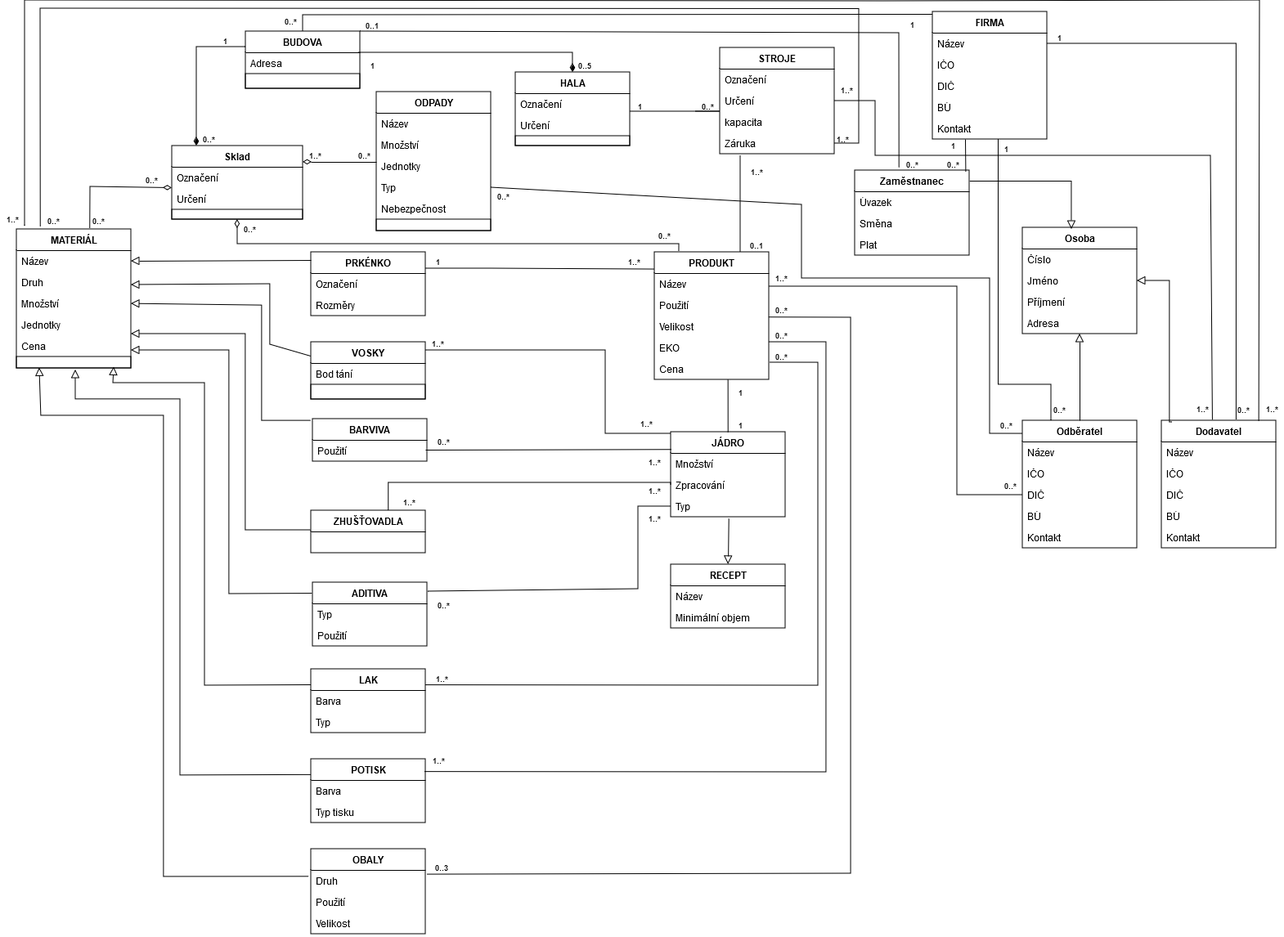
The draw.io diagram SW_ING/Kosmeticka_tuzka.drawio.png in KarelMasa/pg, before a commit. Source tidied: cells renumbered, new cells last; positions are measured from the earlier drawing's top-left corner, leaving out a move shared by most shapes.
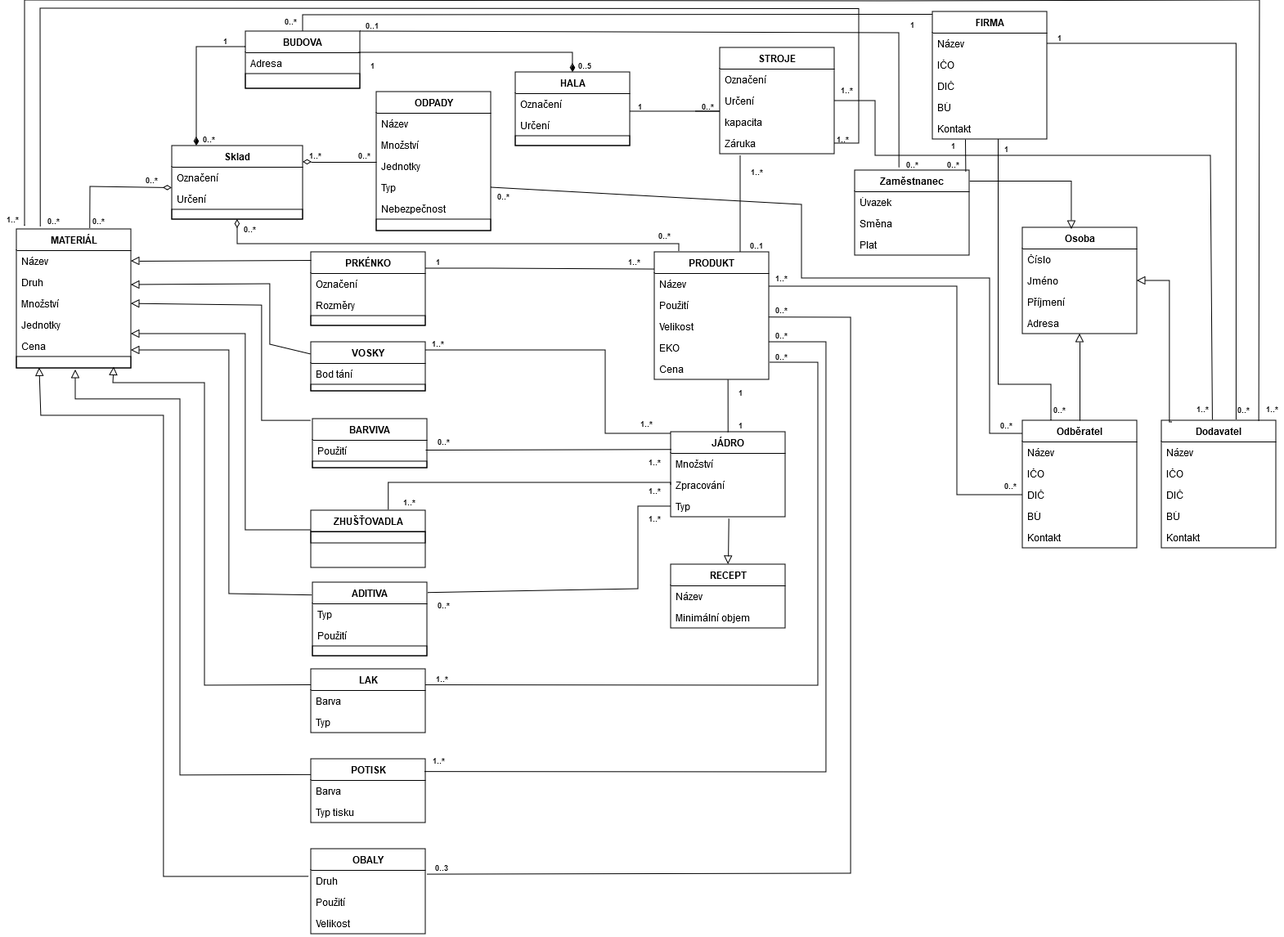
The same diagram one commit later.

What changed in the source:
```diff
@@ -15,7 +15,7 @@
       <mxGeometry y="78" width="160" height="12" as="geometry" />
     </mxCell>
     <mxCell id="6" value="&lt;b&gt;PRKÉNKO&lt;/b&gt;" style="swimlane;fontStyle=0;horizontal=1;startSize=26;fillColor=none;whiteSpace=wrap;html=1;" parent="1" vertex="1">
-      <mxGeometry x="380" y="308" width="140" height="78" as="geometry" />
+      <mxGeometry x="380" y="308" width="140" height="90" as="geometry" />
     </mxCell>
     <mxCell id="7" value="Označení" style="text;strokeColor=none;fillColor=none;align=left;verticalAlign=top;spacingLeft=4;spacingRight=4;overflow=hidden;whiteSpace=wrap;html=1;" parent="6" vertex="1">
       <mxGeometry y="26" width="140" height="26" as="geometry" />
@@ -23,6 +23,9 @@
     <mxCell id="8" value="Rozměry" style="text;strokeColor=none;fillColor=none;align=left;verticalAlign=top;spacingLeft=4;spacingRight=4;overflow=hidden;whiteSpace=wrap;html=1;" parent="6" vertex="1">
       <mxGeometry y="52" width="140" height="26" as="geometry" />
     </mxCell>
+    <mxCell id="185" style="text;strokeColor=default;fillColor=none;align=left;verticalAlign=top;spacingLeft=4;spacingRight=4;overflow=hidden;whiteSpace=wrap;html=1;" parent="6" vertex="1">
+      <mxGeometry y="78" width="140" height="12" as="geometry" />
+    </mxCell>
     <mxCell id="9" value="&lt;b&gt;PRODUKT&lt;/b&gt;" style="swimlane;fontStyle=0;horizontal=1;startSize=26;fillColor=none;whiteSpace=wrap;html=1;" parent="1" vertex="1">
       <mxGeometry x="800" y="308" width="140" height="156" as="geometry" />
     </mxCell>
@@ -117,25 +120,34 @@
       <mxGeometry y="52" width="140" height="26" as="geometry" />
     </mxCell>
     <mxCell id="40" value="&lt;b&gt;VOSKY&lt;/b&gt;" style="swimlane;fontStyle=0;horizontal=1;startSize=26;fillColor=none;whiteSpace=wrap;html=1;" parent="1" vertex="1">
-      <mxGeometry x="380" y="418" width="140" height="70" as="geometry" />
+      <mxGeometry x="380" y="418" width="140" height="60" as="geometry" />
     </mxCell>
     <mxCell id="41" value="Bod tání" style="text;strokeColor=none;fillColor=none;align=left;verticalAlign=top;spacingLeft=4;spacingRight=4;overflow=hidden;whiteSpace=wrap;html=1;" parent="40" vertex="1">
       <mxGeometry y="26" width="140" height="26" as="geometry" />
     </mxCell>
     <mxCell id="42" style="text;strokeColor=default;fillColor=none;align=left;verticalAlign=top;spacingLeft=4;spacingRight=4;overflow=hidden;whiteSpace=wrap;html=1;" parent="40" vertex="1">
-      <mxGeometry y="52" width="140" height="18" as="geometry" />
+      <mxGeometry y="52" width="140" height="8" as="geometry" />
     </mxCell>
     <mxCell id="43" value="&lt;div&gt;&lt;b&gt;BARVIVA&lt;/b&gt;&lt;/div&gt;" style="swimlane;fontStyle=0;horizontal=1;startSize=26;fillColor=none;whiteSpace=wrap;html=1;" parent="1" vertex="1">
-      <mxGeometry x="382" y="512" width="140" height="52" as="geometry" />
+      <mxGeometry x="382" y="512" width="140" height="60" as="geometry" />
     </mxCell>
     <mxCell id="44" value="Použití" style="text;strokeColor=none;fillColor=none;align=left;verticalAlign=top;spacingLeft=4;spacingRight=4;overflow=hidden;whiteSpace=wrap;html=1;" parent="43" vertex="1">
       <mxGeometry y="26" width="140" height="26" as="geometry" />
     </mxCell>
+    <mxCell id="186" style="text;strokeColor=default;fillColor=none;align=left;verticalAlign=top;spacingLeft=4;spacingRight=4;overflow=hidden;whiteSpace=wrap;html=1;" parent="43" vertex="1">
+      <mxGeometry y="52" width="140" height="8" as="geometry" />
+    </mxCell>
-    <mxCell id="45" value="&lt;b&gt;ZHUŠŤOVADLA&lt;/b&gt;" style="swimlane;fontStyle=0;horizontal=1;startSize=26;fillColor=none;whiteSpace=wrap;html=1;" parent="1" vertex="1">
-      <mxGeometry x="380" y="624" width="140" height="52" as="geometry" />
+    <mxCell id="45" value="&lt;b&gt;ZHUŠŤOVADLA&lt;/b&gt;" style="swimlane;fontStyle=0;horizontal=1;startSize=26;fillColor=none;whiteSpace=wrap;html=1;swimlaneLine=1;" parent="1" vertex="1">
+      <mxGeometry x="380" y="624" width="140" height="70" as="geometry" />
     </mxCell>
+    <mxCell id="187" style="text;html=1;align=center;verticalAlign=middle;strokeColor=default;fillColor=none;" parent="45" vertex="1">
+      <mxGeometry y="26" width="140" height="14" as="geometry" />
+    </mxCell>
+    <mxCell id="188" style="text;html=1;align=center;verticalAlign=middle;strokeColor=none;fillColor=none;" parent="45" vertex="1">
+      <mxGeometry y="40" width="140" height="30" as="geometry" />
+    </mxCell>
     <mxCell id="46" value="&lt;b&gt;ADITIVA&lt;/b&gt;" style="swimlane;fontStyle=0;horizontal=1;startSize=26;fillColor=none;whiteSpace=wrap;html=1;" parent="1" vertex="1">
-      <mxGeometry x="382" y="712" width="140" height="78" as="geometry" />
+      <mxGeometry x="382" y="712" width="140" height="90" as="geometry" />
     </mxCell>
     <mxCell id="47" value="Typ" style="text;strokeColor=none;fillColor=none;align=left;verticalAlign=top;spacingLeft=4;spacingRight=4;overflow=hidden;whiteSpace=wrap;html=1;" parent="46" vertex="1">
       <mxGeometry y="26" width="140" height="26" as="geometry" />
@@ -143,6 +155,9 @@
     <mxCell id="48" value="Použití" style="text;strokeColor=none;fillColor=none;align=left;verticalAlign=top;spacingLeft=4;spacingRight=4;overflow=hidden;whiteSpace=wrap;html=1;" parent="46" vertex="1">
       <mxGeometry y="52" width="140" height="26" as="geometry" />
     </mxCell>
+    <mxCell id="189" style="text;strokeColor=default;fillColor=none;align=left;verticalAlign=top;spacingLeft=4;spacingRight=4;overflow=hidden;whiteSpace=wrap;html=1;" parent="46" vertex="1">
+      <mxGeometry y="78" width="140" height="12" as="geometry" />
+    </mxCell>
     <mxCell id="49" value="&lt;b&gt;HALA&lt;/b&gt;" style="swimlane;fontStyle=0;horizontal=1;startSize=26;fillColor=none;whiteSpace=wrap;html=1;" parent="1" vertex="1">
       <mxGeometry x="630" y="88" width="140" height="90" as="geometry" />
     </mxCell>
```
